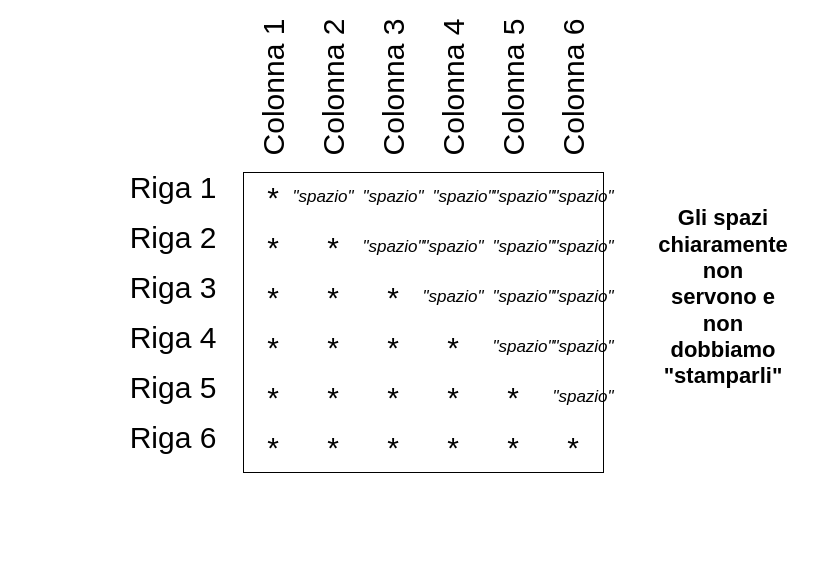
Earlier version of the draw.io diagram AS_2023_2024/2TrED/Teoria/UD_2/Teoria_8.drawio (FrancescoGobbi/Didattica_GalileoGalilei_Ostiglia). Source tidied: cells renumbered, new cells numbered last; positions are measured from the earlier drawing's top-left corner, leaving out a move shared by most shapes. Both pictures are drawn from the tidied source at 100%, with x=0, y=0 at pixel (123, 72).
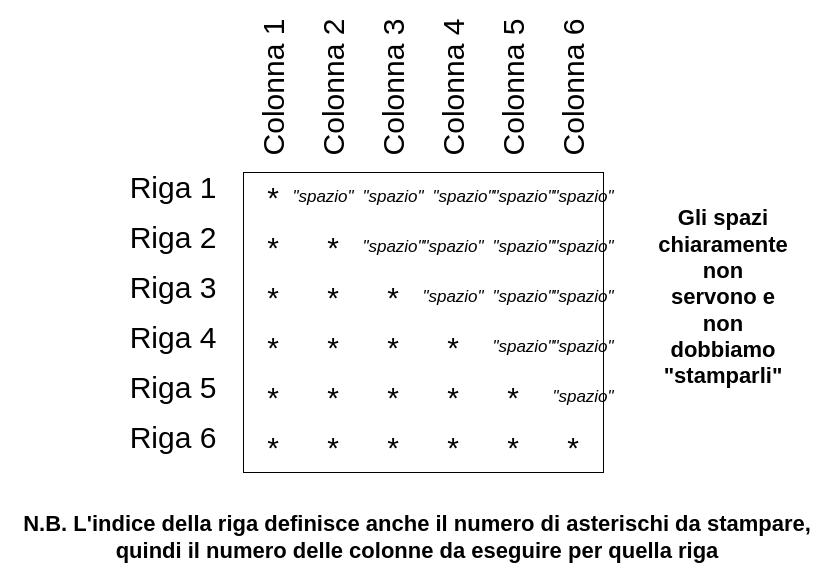
The same page after the edit.

Diff of the diagram source:
```diff
@@
+    <mxCell id="52" value="N.B. L'indice della riga definisce anche il numero di asterischi da stampare, quindi il numero delle colonne da eseguire per quella riga" style="text;html=1;strokeColor=none;fillColor=none;align=center;verticalAlign=middle;whiteSpace=wrap;rounded=0;labelBorderColor=none;fontSize=22;fontStyle=1;" parent="1" vertex="1">
+      <mxGeometry x="-106" y="450" width="800" height="30" as="geometry" />
+    </mxCell>
```
